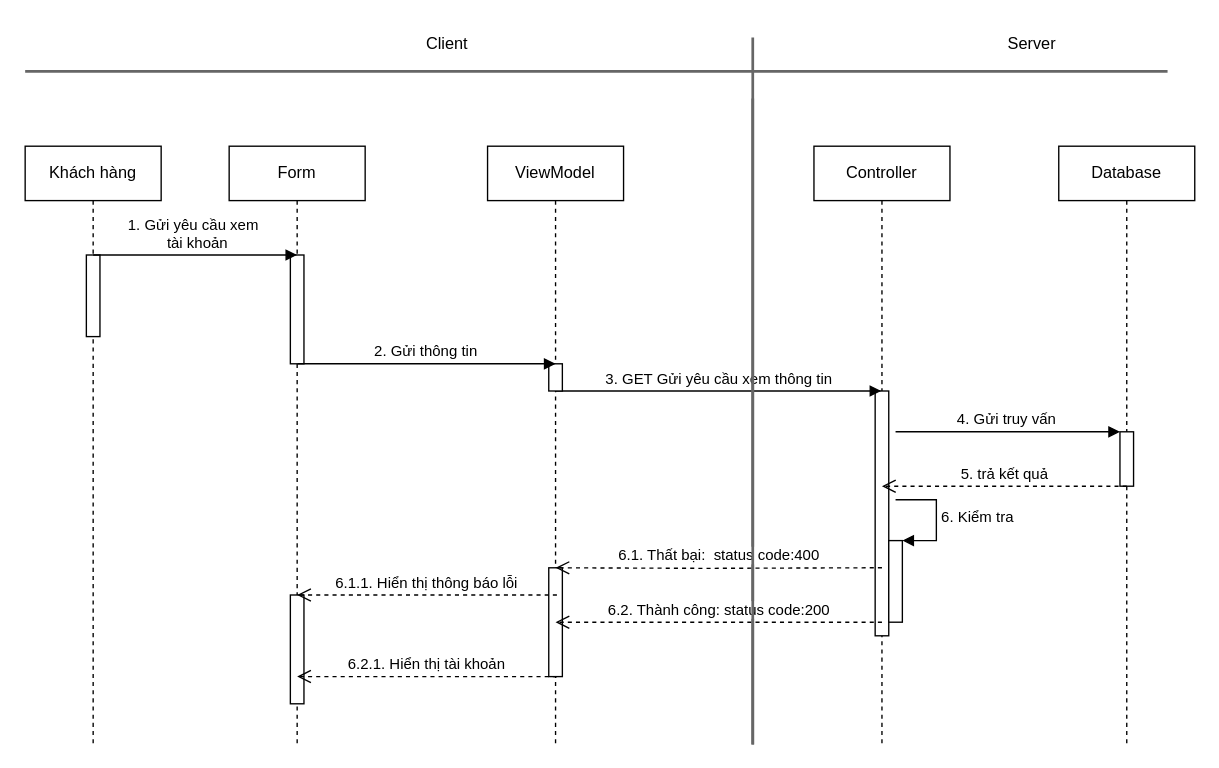
Earlier version of the draw.io diagram page "Page-3" (3 of 4) of SD/SD_QUANLYTAIKHOAN.drawio (hieuNV0871/da). Source tidied: cells renumbered, new cells numbered last; positions are measured from the earlier drawing's top-left corner, leaving out a move shared by most shapes. Both pictures are drawn from the tidied source at 136%, with x=0, y=0 at pixel (24, 23).
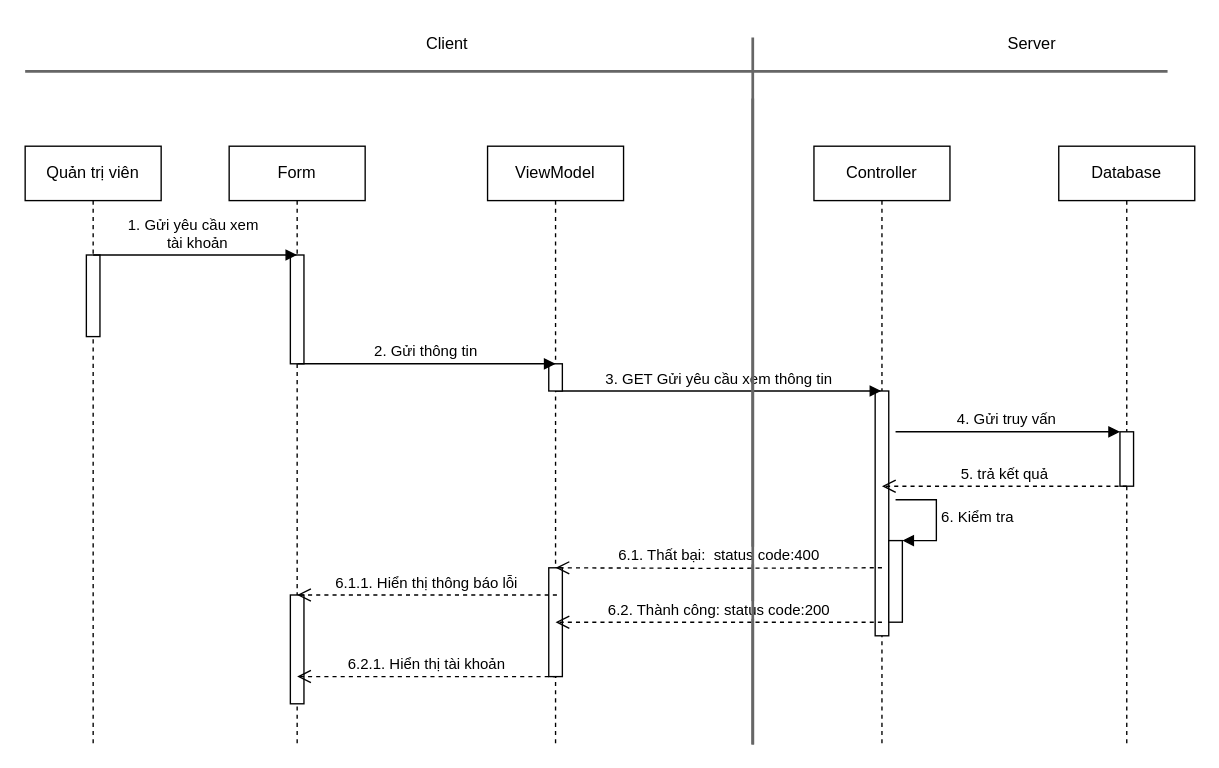
The same diagram, later.

The edit, as a diff of the source:
```diff
@@
-    <mxCell id="2" value="Khách hàng" style="shape=umlLifeline;perimeter=lifelinePerimeter;whiteSpace=wrap;html=1;newEdgeStyle={&quot;curved&quot;:0,&quot;rounded&quot;:0};" parent="1" vertex="1">
+    <mxCell id="2" value="Quản trị viên" style="shape=umlLifeline;perimeter=lifelinePerimeter;whiteSpace=wrap;html=1;newEdgeStyle={&quot;curved&quot;:0,&quot;rounded&quot;:0};" parent="1" vertex="1">
       <mxGeometry y="90" width="100" height="440" as="geometry" />
     </mxCell>
```
